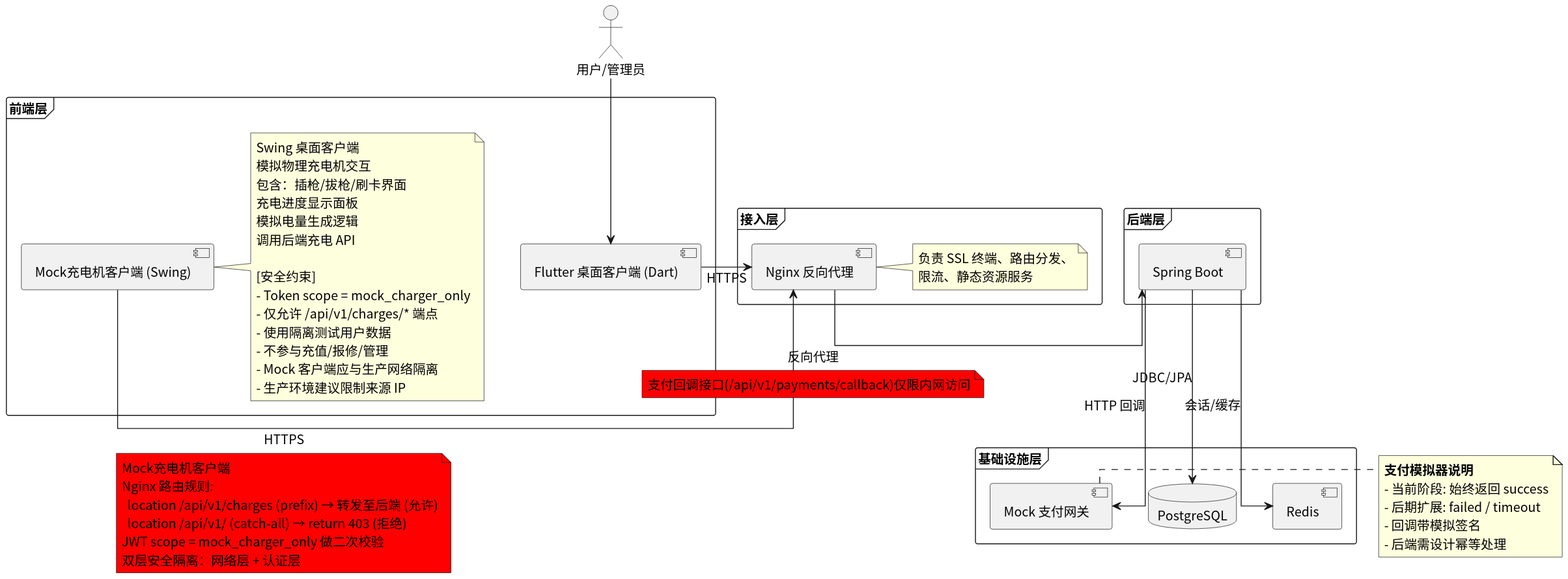
Earlier version of the PlantUML export usecase/docs/containerd/img/deployment_overview.svg (greenhandzdl/charging-station-doc).
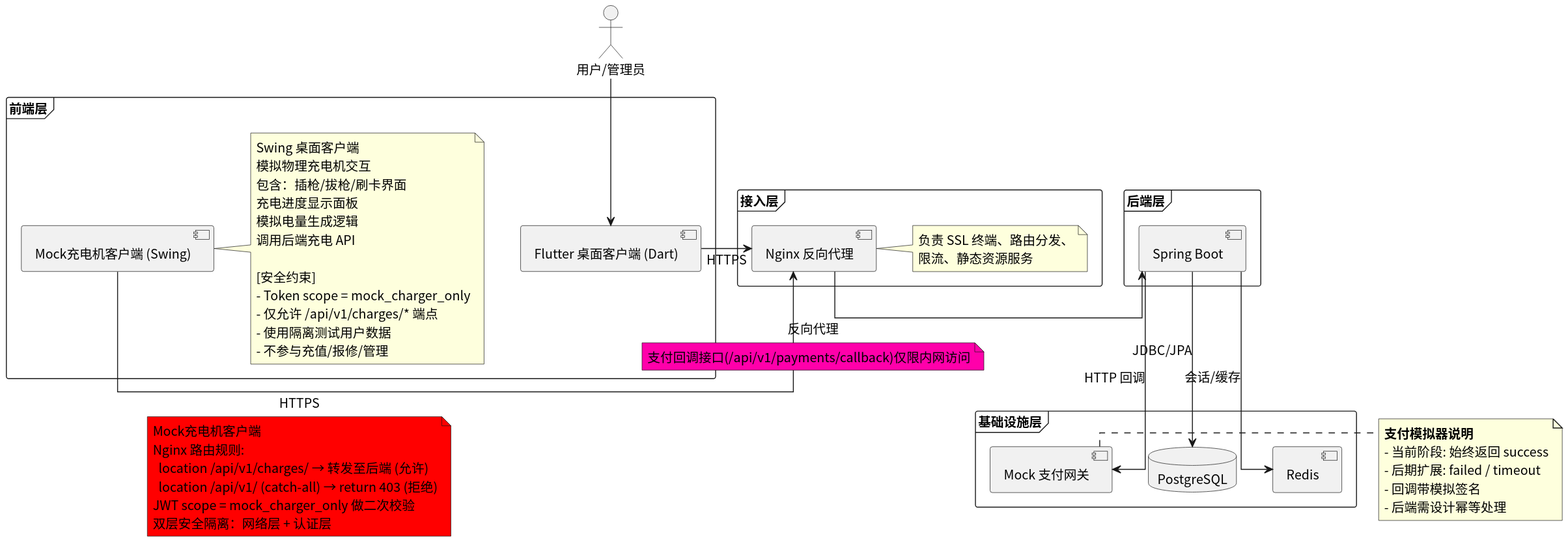
Later version of the same file.

What changed in the source:
```diff
@@ -21,8 +21,6 @@
     - 仅允许 /api/v1/charges/* 端点
     - 使用隔离测试用户数据
     - 不参与充值/报修/管理
-    - Mock 客户端应与生产网络隔离
-    - 生产环境建议限制来源 IP
   end note
 }
 
@@ -48,10 +46,10 @@
 FE -right-> NGX : HTTPS
 
 MC -right-> NGX : HTTPS
-note on link #f00: Mock充电机客户端\nNginx 路由规则:\n  location /api/v1/charges (prefix) → 转发至后端 (允许)\n  location /api/v1/ (catch-all) → return 403 (拒绝)\nJWT scope = mock_charger_only 做二次校验\n双层安全隔离：网络层 + 认证层
+note on link #f00: Mock充电机客户端\nNginx 路由规则:\n  location /api/v1/charges/ → 转发至后端 (允许)\n  location /api/v1/ (catch-all) → return 403 (拒绝)\nJWT scope = mock_charger_only 做二次校验\n双层安全隔离：网络层 + 认证层
 
 NGX -right-> BE : 反向代理
-note on link #f00: 支付回调接口(/api/v1/payments/callback)仅限内网访问
+note on link #f0a: 支付回调接口(/api/v1/payments/callback)仅限内网访问
 BE -down-> DB : JDBC/JPA
 BE -right-> MOCK : HTTP 回调
 BE -down-> CACHE : 会话/缓存
```
